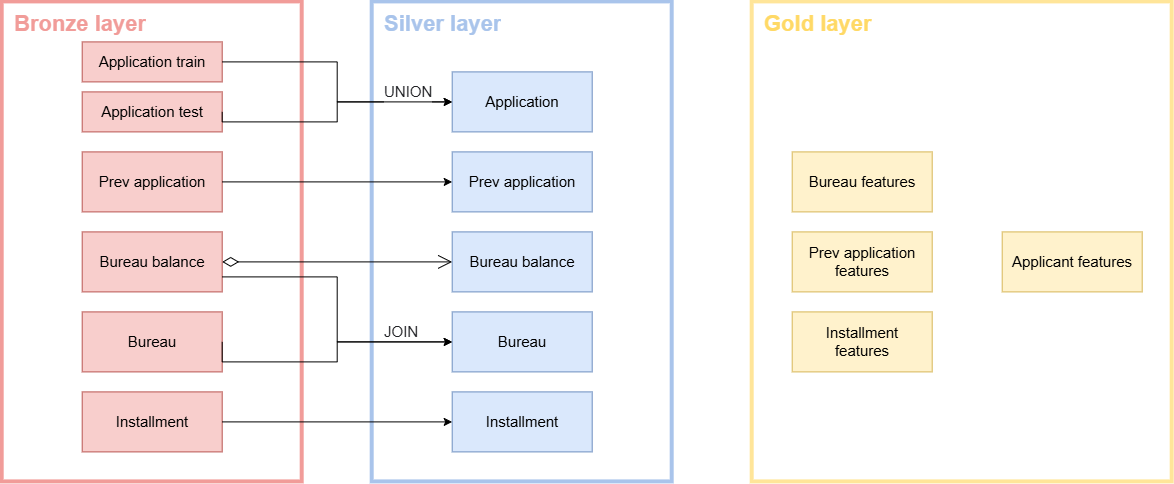
Earlier version of the draw.io export docs/dbt_models.png (liibuu/credit-scoring-pipeline). Source tidied: cells renumbered, new cells last; positions are measured from the earlier drawing's top-left corner, leaving out a move shared by most shapes.
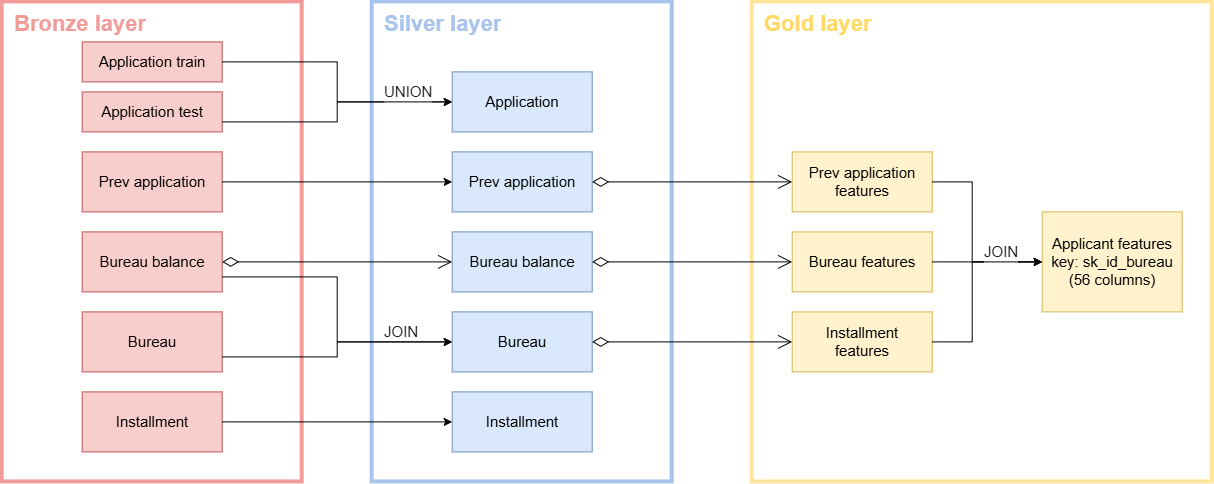
After the change.

Commit message:
Add golden models

Diff of the diagram source:
```diff
@@ -15,7 +15,7 @@
       <mxGeometry x="380" width="160" height="60" as="geometry" />
     </mxCell>
     <mxCell id="6" style="rounded=0;whiteSpace=wrap;html=1;strokeColor=#FFE599;strokeWidth=4;" parent="1" vertex="1">
-      <mxGeometry x="750" width="420" height="480" as="geometry" />
+      <mxGeometry x="750" width="460" height="480" as="geometry" />
     </mxCell>
     <mxCell id="7" value="&lt;h2 class=&quot;sc-dYjPD sc-gNLSrG gWcluV gQekyE&quot; style=&quot;font-style: normal; font-variant-ligatures: normal; font-variant-caps: normal; font-variant-alternates: inherit; font-variant-numeric: inherit; font-variant-east-asian: inherit; font-variant-position: inherit; font-variant-emoji: inherit; font-weight: 700; vertical-align: baseline; border: 0px; margin: 0px; padding: 0px; font-family: Inter, sans-serif; line-height: 32px; white-space: nowrap; overflow: hidden; text-overflow: ellipsis; letter-spacing: normal; orphans: 2; text-align: start; text-indent: 0px; text-transform: none; widows: 2; word-spacing: 0px; -webkit-text-stroke-width: 0px; background-color: rgb(255, 255, 255); text-decoration-thickness: initial; text-decoration-style: initial; text-decoration-color: initial;&quot;&gt;&lt;span style=&quot;color: rgb(255, 217, 102);&quot;&gt;&lt;font style=&quot;font-size: 22px;&quot;&gt;Gold layer&lt;/font&gt;&lt;/span&gt;&lt;/h2&gt;" style="text;whiteSpace=wrap;html=1;" parent="1" vertex="1">
       <mxGeometry x="760" width="160" height="60" as="geometry" />
@@ -35,17 +35,17 @@
     <mxCell id="12" value="&lt;font style=&quot;font-size: 15px;&quot;&gt;Installment&lt;/font&gt;" style="rounded=0;whiteSpace=wrap;html=1;fillColor=#dae8fc;strokeColor=#6c8ebf;" parent="1" vertex="1">
       <mxGeometry x="450" y="390" width="140" height="60" as="geometry" />
     </mxCell>
-    <mxCell id="13" value="&lt;font style=&quot;font-size: 15px;&quot;&gt;Bureau features&lt;/font&gt;" style="rounded=0;whiteSpace=wrap;html=1;fillColor=#fff2cc;strokeColor=#d6b656;" parent="1" vertex="1">
+    <mxCell id="13" value="&lt;font style=&quot;font-size: 15px;&quot;&gt;Prev application&lt;/font&gt;&lt;div&gt;&lt;font style=&quot;font-size: 15px;&quot;&gt;features&lt;/font&gt;&lt;/div&gt;" style="rounded=0;whiteSpace=wrap;html=1;fillColor=#fff2cc;strokeColor=#d6b656;" parent="1" vertex="1">
       <mxGeometry x="790" y="150" width="140" height="60" as="geometry" />
     </mxCell>
-    <mxCell id="14" value="&lt;font style=&quot;font-size: 15px;&quot;&gt;Prev application&lt;/font&gt;&lt;div&gt;&lt;font style=&quot;font-size: 15px;&quot;&gt;features&lt;/font&gt;&lt;/div&gt;" style="rounded=0;whiteSpace=wrap;html=1;fillColor=#fff2cc;strokeColor=#d6b656;" parent="1" vertex="1">
+    <mxCell id="14" value="&lt;span style=&quot;font-size: 15px;&quot;&gt;Bureau features&lt;/span&gt;" style="rounded=0;whiteSpace=wrap;html=1;fillColor=#fff2cc;strokeColor=#d6b656;" parent="1" vertex="1">
       <mxGeometry x="790" y="230" width="140" height="60" as="geometry" />
     </mxCell>
     <mxCell id="15" value="&lt;span style=&quot;font-size: 15px;&quot;&gt;Installment&lt;/span&gt;&lt;div&gt;&lt;span style=&quot;font-size: 15px;&quot;&gt;features&lt;/span&gt;&lt;/div&gt;" style="rounded=0;whiteSpace=wrap;html=1;fillColor=#fff2cc;strokeColor=#d6b656;" parent="1" vertex="1">
       <mxGeometry x="790" y="310" width="140" height="60" as="geometry" />
     </mxCell>
-    <mxCell id="16" value="&lt;font style=&quot;font-size: 15px;&quot;&gt;Applicant features&lt;/font&gt;" style="rounded=0;whiteSpace=wrap;html=1;fillColor=#fff2cc;strokeColor=#d6b656;" parent="1" vertex="1">
-      <mxGeometry x="1000" y="230" width="140" height="60" as="geometry" />
+    <mxCell id="16" value="&lt;font style=&quot;font-size: 15px;&quot;&gt;Applicant features&lt;/font&gt;&lt;div&gt;&lt;span style=&quot;font-size: 15px;&quot;&gt;key: sk_id_bureau&lt;/span&gt;&lt;br&gt;&lt;div&gt;&lt;font style=&quot;font-size: 15px;&quot;&gt;(56 columns)&lt;/font&gt;&lt;/div&gt;&lt;/div&gt;" style="rounded=0;whiteSpace=wrap;html=1;fillColor=#fff2cc;strokeColor=#d6b656;" parent="1" vertex="1">
+      <mxGeometry x="1040" y="210" width="140" height="100" as="geometry" />
     </mxCell>
     <mxCell id="17" value="&lt;span style=&quot;font-size: 15px;&quot;&gt;Bureau balance&lt;/span&gt;" style="rounded=0;whiteSpace=wrap;html=1;fillColor=#f8cecc;strokeColor=#b85450;" parent="1" vertex="1">
       <mxGeometry x="80" y="230" width="140" height="60" as="geometry" />
@@ -74,12 +74,11 @@
     <mxCell id="25" value="&lt;h2 class=&quot;sc-dYjPD sc-gNLSrG gWcluV gQekyE&quot; style=&quot;font-style: normal; font-variant-ligatures: normal; font-variant-caps: normal; font-variant-alternates: inherit; font-variant-numeric: inherit; font-variant-east-asian: inherit; font-variant-position: inherit; font-variant-emoji: inherit; vertical-align: baseline; border: 0px; margin: 0px; padding: 0px; font-family: Inter, sans-serif; color: rgb(32, 33, 36); line-height: 32px; white-space: nowrap; overflow: hidden; text-overflow: ellipsis; letter-spacing: normal; orphans: 2; text-align: start; text-indent: 0px; text-transform: none; widows: 2; word-spacing: 0px; -webkit-text-stroke-width: 0px; background-color: rgb(255, 255, 255); text-decoration-thickness: initial; text-decoration-style: initial; text-decoration-color: initial;&quot;&gt;&lt;font style=&quot;font-size: 15px; font-weight: normal;&quot;&gt;UNION&lt;/font&gt;&lt;/h2&gt;" style="text;whiteSpace=wrap;html=1;" parent="1" vertex="1">
       <mxGeometry x="380" y="67" width="60" height="40" as="geometry" />
     </mxCell>
-    <mxCell id="26" style="endArrow=classic;html=1;rounded=0;exitX=1;exitY=0.5;exitDx=0;exitDy=0;entryX=0;entryY=0.5;entryDx=0;entryDy=0;edgeStyle=orthogonalEdgeStyle;" parent="1" edge="1" source="22" target="8">
+    <mxCell id="26" style="endArrow=classic;html=1;rounded=0;entryX=0;entryY=0.5;entryDx=0;entryDy=0;edgeStyle=orthogonalEdgeStyle;exitX=1;exitY=0.75;exitDx=0;exitDy=0;" parent="1" edge="1" source="22" target="8">
       <mxGeometry relative="1" as="geometry">
         <Array as="points">
-          <mxPoint x="220" y="120" />
-          <mxPoint x="335.1" y="120" />
-          <mxPoint x="335.1" y="100" />
+          <mxPoint x="335" y="120" />
+          <mxPoint x="335" y="100" />
         </Array>
       </mxGeometry>
     </mxCell>
@@ -89,12 +88,11 @@
     <mxCell id="28" style="endArrow=classic;html=1;rounded=0;exitX=1;exitY=0.75;exitDx=0;exitDy=0;entryX=0;entryY=0.5;entryDx=0;entryDy=0;edgeStyle=orthogonalEdgeStyle;" parent="1" edge="1" source="17" target="11">
       <mxGeometry relative="1" as="geometry" />
     </mxCell>
-    <mxCell id="29" style="endArrow=classic;html=1;rounded=0;exitX=1;exitY=0.5;exitDx=0;exitDy=0;entryX=0;entryY=0.5;entryDx=0;entryDy=0;edgeStyle=orthogonalEdgeStyle;" parent="1" edge="1" source="18" target="11">
+    <mxCell id="29" style="endArrow=classic;html=1;rounded=0;entryX=0;entryY=0.5;entryDx=0;entryDy=0;edgeStyle=orthogonalEdgeStyle;exitX=1;exitY=0.75;exitDx=0;exitDy=0;" parent="1" edge="1" source="18" target="11">
       <mxGeometry relative="1" as="geometry">
         <Array as="points">
-          <mxPoint x="220" y="360" />
-          <mxPoint x="335.1" y="360" />
-          <mxPoint x="335.1" y="340" />
+          <mxPoint x="335" y="355" />
+          <mxPoint x="335" y="340" />
         </Array>
       </mxGeometry>
     </mxCell>
@@ -104,5 +102,36 @@
     <mxCell id="31" style="endArrow=classic;html=1;rounded=0;exitX=1;exitY=0.5;exitDx=0;exitDy=0;entryX=0;entryY=0.5;entryDx=0;entryDy=0;" parent="1" edge="1" source="30" target="12">
       <mxGeometry relative="1" as="geometry" />
     </mxCell>
+    <mxCell id="32" style="endArrow=open;html=1;endSize=12;startArrow=diamondThin;startSize=14;startFill=0;edgeStyle=orthogonalEdgeStyle;align=left;verticalAlign=bottom;rounded=0;exitX=1;exitY=0.5;exitDx=0;exitDy=0;entryX=0;entryY=0.5;entryDx=0;entryDy=0;" parent="1" edge="1" source="10" target="14">
+      <mxGeometry x="-1" y="3" relative="1" as="geometry" />
+    </mxCell>
+    <mxCell id="33" style="endArrow=open;html=1;endSize=12;startArrow=diamondThin;startSize=14;startFill=0;edgeStyle=orthogonalEdgeStyle;align=left;verticalAlign=bottom;rounded=0;exitX=1;exitY=0.5;exitDx=0;exitDy=0;entryX=0;entryY=0.5;entryDx=0;entryDy=0;" parent="1" edge="1" source="9" target="13">
+      <mxGeometry x="-1" y="3" relative="1" as="geometry" />
+    </mxCell>
+    <mxCell id="34" style="endArrow=open;html=1;endSize=12;startArrow=diamondThin;startSize=14;startFill=0;edgeStyle=orthogonalEdgeStyle;align=left;verticalAlign=bottom;rounded=0;exitX=1;exitY=0.5;exitDx=0;exitDy=0;entryX=0;entryY=0.5;entryDx=0;entryDy=0;" parent="1" edge="1" source="11" target="15">
+      <mxGeometry x="-1" y="3" relative="1" as="geometry" />
+    </mxCell>
+    <mxCell id="35" style="endArrow=classic;html=1;rounded=0;exitX=1;exitY=0.5;exitDx=0;exitDy=0;entryX=0;entryY=0.5;entryDx=0;entryDy=0;edgeStyle=orthogonalEdgeStyle;" parent="1" edge="1" source="13" target="16">
+      <mxGeometry relative="1" as="geometry">
+        <Array as="points">
+          <mxPoint x="970" y="180" />
+          <mxPoint x="970" y="260" />
+        </Array>
+      </mxGeometry>
+    </mxCell>
+    <mxCell id="36" style="endArrow=classic;html=1;rounded=0;exitX=1;exitY=0.5;exitDx=0;exitDy=0;entryX=0;entryY=0.5;entryDx=0;entryDy=0;edgeStyle=orthogonalEdgeStyle;" parent="1" edge="1" source="14" target="16">
+      <mxGeometry relative="1" as="geometry" />
+    </mxCell>
+    <mxCell id="37" value="&lt;h2 class=&quot;sc-dYjPD sc-gNLSrG gWcluV gQekyE&quot; style=&quot;font-style: normal; font-variant-ligatures: normal; font-variant-caps: normal; font-variant-alternates: inherit; font-variant-numeric: inherit; font-variant-east-asian: inherit; font-variant-position: inherit; font-variant-emoji: inherit; vertical-align: baseline; border: 0px; margin: 0px; padding: 0px; font-family: Inter, sans-serif; color: rgb(32, 33, 36); line-height: 32px; white-space: nowrap; overflow: hidden; text-overflow: ellipsis; letter-spacing: normal; orphans: 2; text-align: start; text-indent: 0px; text-transform: none; widows: 2; word-spacing: 0px; -webkit-text-stroke-width: 0px; background-color: rgb(255, 255, 255); text-decoration-thickness: initial; text-decoration-style: initial; text-decoration-color: initial;&quot;&gt;&lt;font style=&quot;font-size: 15px; font-weight: normal;&quot;&gt;JOIN&lt;/font&gt;&lt;/h2&gt;" style="text;whiteSpace=wrap;html=1;fillColor=none;" parent="1" vertex="1">
+      <mxGeometry x="980" y="226.5" width="60" height="27" as="geometry" />
+    </mxCell>
+    <mxCell id="38" style="endArrow=classic;html=1;rounded=0;exitX=1;exitY=0.5;exitDx=0;exitDy=0;entryX=0;entryY=0.5;entryDx=0;entryDy=0;edgeStyle=orthogonalEdgeStyle;" parent="1" edge="1" source="15" target="16">
+      <mxGeometry relative="1" as="geometry">
+        <Array as="points">
+          <mxPoint x="970" y="340" />
+          <mxPoint x="970" y="260" />
+        </Array>
+      </mxGeometry>
+    </mxCell>
   </root>
 </mxGraphModel>
```
